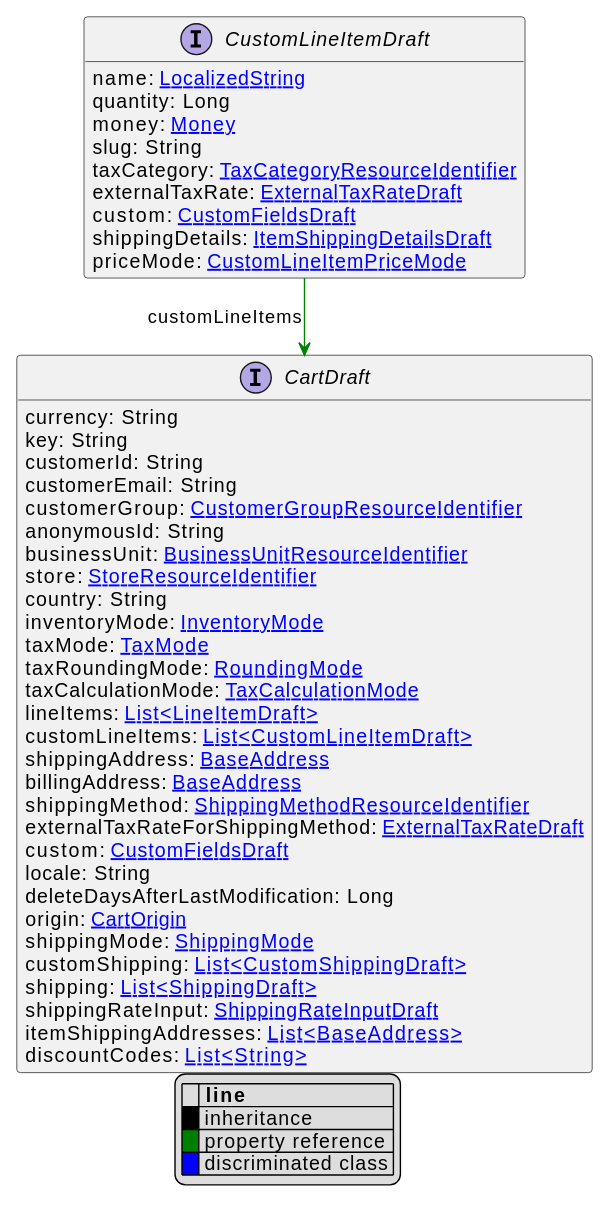
The PlantUML diagram uml/api/svg/CustomLineItemDraft.svg in commercetools/commercetools-api-reference, before a commit.
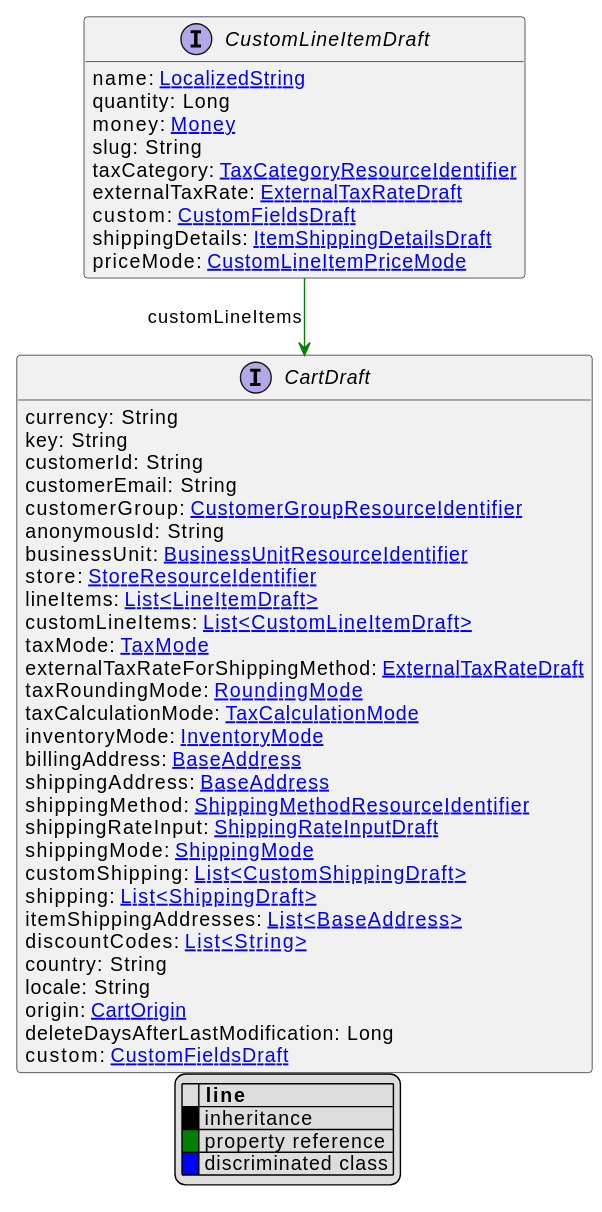
Later version of the same file.

The edit, as a diff of the source:
```diff
@@ -31,27 +31,27 @@
     anonymousId: String
     businessUnit: [[BusinessUnitResourceIdentifier.svg BusinessUnitResourceIdentifier]]
     store: [[StoreResourceIdentifier.svg StoreResourceIdentifier]]
-    country: String
-    inventoryMode: [[InventoryMode.svg InventoryMode]]
+    lineItems: [[LineItemDraft.svg List<LineItemDraft>]]
+    customLineItems: [[CustomLineItemDraft.svg List<CustomLineItemDraft>]]
     taxMode: [[TaxMode.svg TaxMode]]
+    externalTaxRateForShippingMethod: [[ExternalTaxRateDraft.svg ExternalTaxRateDraft]]
     taxRoundingMode: [[RoundingMode.svg RoundingMode]]
     taxCalculationMode: [[TaxCalculationMode.svg TaxCalculationMode]]
-    lineItems: [[LineItemDraft.svg List<LineItemDraft>]]
-    customLineItems: [[CustomLineItemDraft.svg List<CustomLineItemDraft>]]
+    inventoryMode: [[InventoryMode.svg InventoryMode]]
+    billingAddress: [[BaseAddress.svg BaseAddress]]
     shippingAddress: [[BaseAddress.svg BaseAddress]]
-    billingAddress: [[BaseAddress.svg BaseAddress]]
     shippingMethod: [[ShippingMethodResourceIdentifier.svg ShippingMethodResourceIdentifier]]
-    externalTaxRateForShippingMethod: [[ExternalTaxRateDraft.svg ExternalTaxRateDraft]]
-    custom: [[CustomFieldsDraft.svg CustomFieldsDraft]]
-    locale: String
-    deleteDaysAfterLastModification: Long
-    origin: [[CartOrigin.svg CartOrigin]]
+    shippingRateInput: [[ShippingRateInputDraft.svg ShippingRateInputDraft]]
     shippingMode: [[ShippingMode.svg ShippingMode]]
     customShipping: [[CustomShippingDraft.svg List<CustomShippingDraft>]]
     shipping: [[ShippingDraft.svg List<ShippingDraft>]]
-    shippingRateInput: [[ShippingRateInputDraft.svg ShippingRateInputDraft]]
     itemShippingAddresses: [[BaseAddress.svg List<BaseAddress>]]
     discountCodes: [[String.svg List<String>]]
+    country: String
+    locale: String
+    origin: [[CartOrigin.svg CartOrigin]]
+    deleteDaysAfterLastModification: Long
+    custom: [[CustomFieldsDraft.svg CustomFieldsDraft]]
 }
 
 CustomLineItemDraft --> CartDraft #green;text:green : "customLineItems"
```
